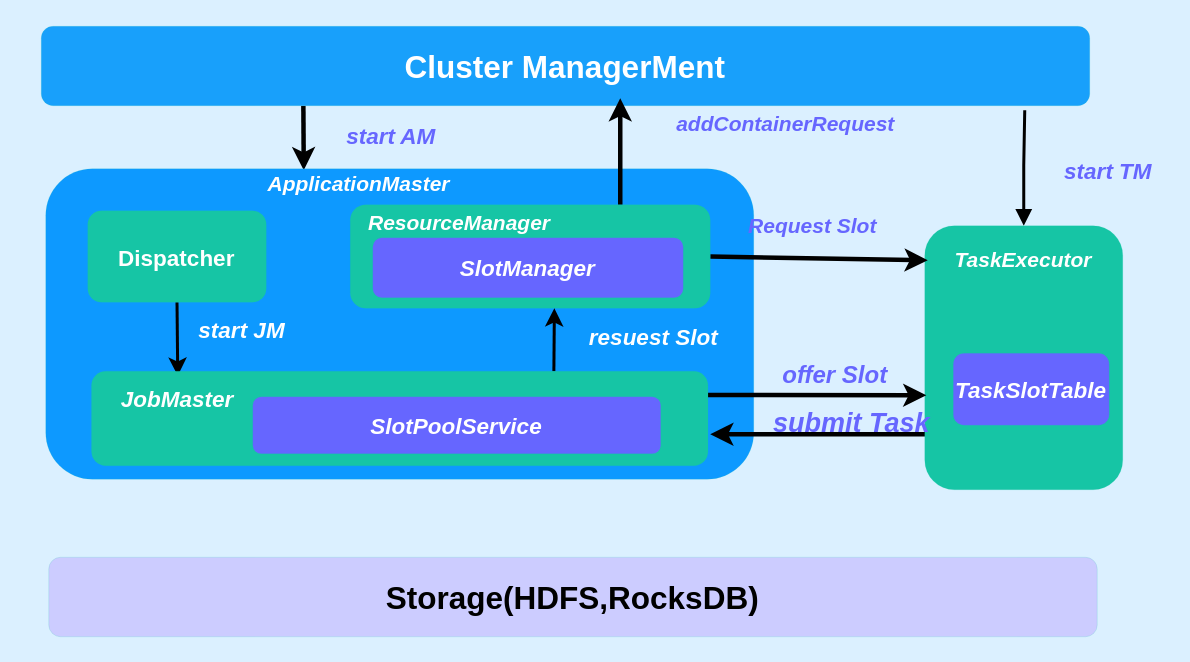
The draw.io diagram flink/Flink_slot.drawio in 2pc/mydrawio, before the edit. Source tidied: cells renumbered, new cells numbered last; positions are measured from the earlier drawing's top-left corner, leaving out a move shared by most shapes. Both pictures are drawn from the tidied source at 150%, with x=0, y=0 at pixel (40, 26).
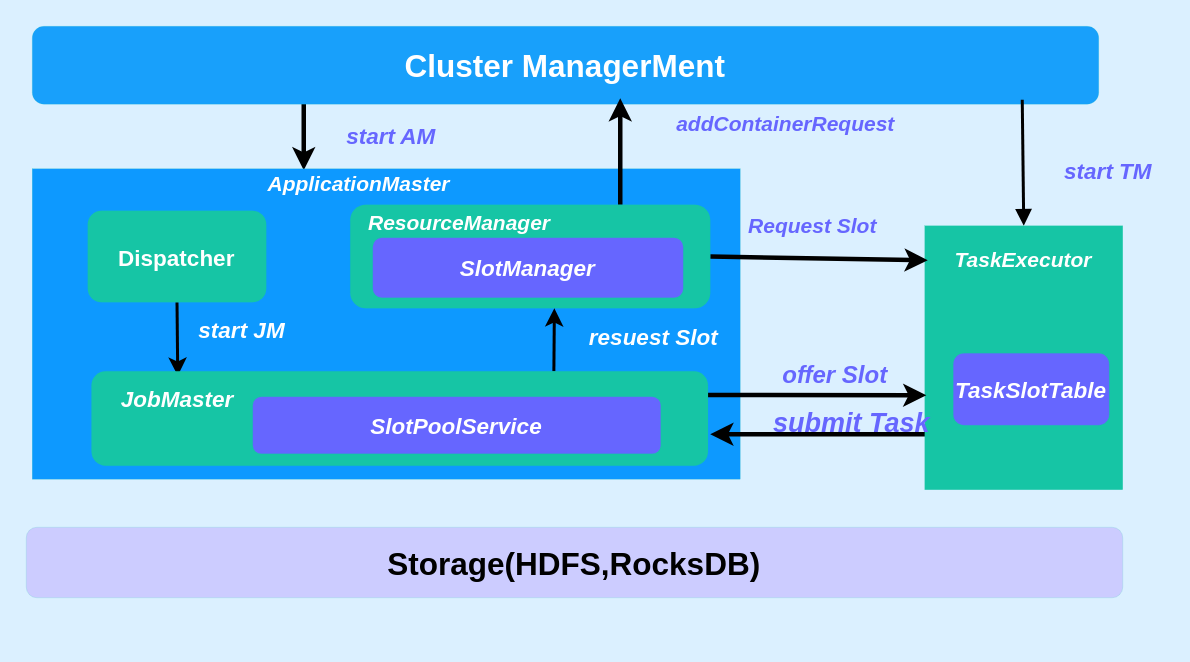
The same page after the edit.

Diff of the diagram source:
```diff
@@
-    <mxCell id="2" style="edgeStyle=none;rounded=0;jettySize=auto;html=1;exitX=0.25;exitY=1;exitDx=0;exitDy=0;fontSize=15;fontColor=#FFFFFF;strokeWidth=3;" parent="1" edge="1" source="3">
+    <mxCell id="2" style="edgeStyle=none;rounded=0;orthogonalLoop=1;jettySize=auto;html=1;fontSize=15;fontColor=#FFFFFF;strokeWidth=3;" parent="1" edge="1">
       <mxGeometry relative="1" as="geometry">
+        <mxPoint x="175" y="50" as="sourcePoint" />
         <mxPoint x="175" y="96" as="targetPoint" />
       </mxGeometry>
     </mxCell>
     <mxCell id="3" value="&lt;b&gt;&lt;font style=&quot;font-size: 21px;&quot;&gt;Cluster ManagerMent&lt;/font&gt;&lt;/b&gt;" style="rounded=1;whiteSpace=wrap;html=1;fontColor=#FFFFFF;strokeColor=#16C5A5;strokeWidth=0;fillColor=#18A0FB;" parent="1" vertex="1">
-      <mxGeometry width="699" height="53" as="geometry" />
+      <mxGeometry x="-6" width="711" height="52" as="geometry" />
     </mxCell>
-    <mxCell id="4" style="rounded=1;whiteSpace=wrap;html=1;fontSize=21;fontColor=#FFFFFF;strokeColor=#16C5A5;strokeWidth=0;fillColor=#0D99FF;" parent="1" vertex="1">
-      <mxGeometry x="3" y="95" width="472" height="207" as="geometry" />
+    <mxCell id="4" style="rounded=0;whiteSpace=wrap;html=1;fontSize=21;fontColor=#FFFFFF;strokeColor=#16C5A5;strokeWidth=0;fillColor=#0D99FF;" parent="1" vertex="1">
+      <mxGeometry x="-6" y="95" width="472" height="207" as="geometry" />
     </mxCell>
@@
-    <mxCell id="7" style="edgeStyle=orthogonalEdgeStyle;rounded=0;jettySize=auto;html=1;exitX=0.5;exitY=0;exitDx=0;exitDy=0;entryX=0.938;entryY=1.057;entryDx=0;entryDy=0;entryPerimeter=0;fontSize=14;fontColor=#000000;endArrow=none;endFill=0;strokeWidth=2;fillColor=none;startArrow=block;startFill=1;" parent="1" edge="1" source="8" target="3">
-      <mxGeometry relative="1" as="geometry" />
+    <mxCell id="7" style="rounded=0;jettySize=auto;html=1;exitX=0.5;exitY=0;exitDx=0;exitDy=0;fontSize=14;fontColor=#000000;endArrow=none;endFill=0;strokeWidth=2;fillColor=none;startArrow=block;startFill=1;" parent="1" edge="1" source="8">
+      <mxGeometry relative="1" as="geometry">
+        <mxPoint x="654" y="49" as="targetPoint" />
+      </mxGeometry>
     </mxCell>
-    <mxCell id="8" style="rounded=1;whiteSpace=wrap;html=1;fontSize=21;fontColor=#FFFFFF;strokeColor=#16C5A5;strokeWidth=0;fillColor=#16C5A5;" parent="1" vertex="1">
+    <mxCell id="8" style="rounded=0;whiteSpace=wrap;html=1;fontSize=21;fontColor=#FFFFFF;strokeColor=#16C5A5;strokeWidth=0;fillColor=#16C5A5;" parent="1" vertex="1">
       <mxGeometry x="589" y="133" width="132" height="176" as="geometry" />
     </mxCell>
@@
     <mxCell id="17" value="&lt;span style=&quot;font-size: 21px;&quot;&gt;&lt;b&gt;&lt;font color=&quot;#000000&quot;&gt;Storage(HDFS,RocksDB)&lt;/font&gt;&lt;/b&gt;&lt;/span&gt;" style="rounded=1;whiteSpace=wrap;html=1;fontColor=#FFFFFF;strokeColor=#16C5A5;strokeWidth=0;fillColor=#CCCCFF;" parent="1" vertex="1">
-      <mxGeometry x="5" y="354" width="699" height="53" as="geometry" />
+      <mxGeometry x="-10" y="334" width="731" height="47" as="geometry" />
     </mxCell>
```
